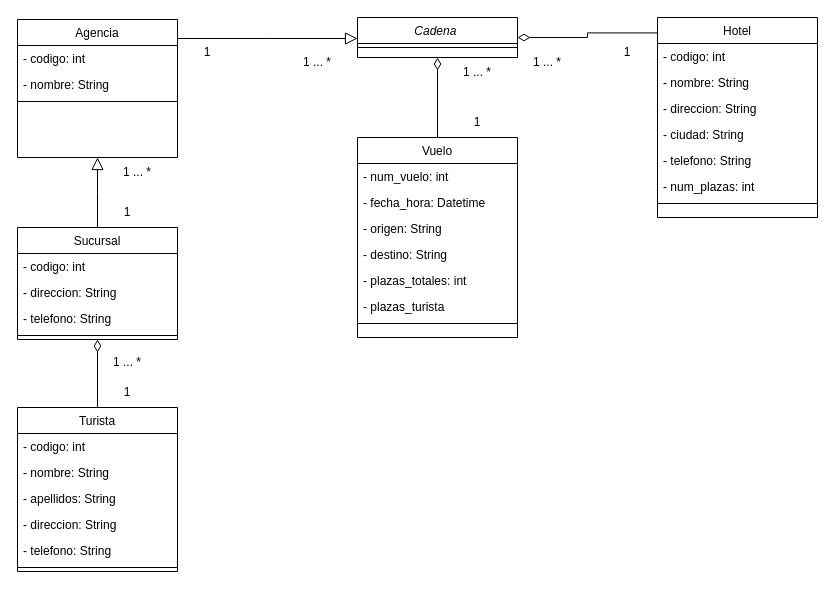
Earlier version of the draw.io diagram Entornos/Tema 05/Agencia de viajes.drawio (vjp-rosangelaRC/Netbeans). Source tidied: cells renumbered, new cells numbered last; positions are measured from the earlier drawing's top-left corner, leaving out a move shared by most shapes. Both pictures are drawn from the tidied source at 100%, with x=0, y=0 at pixel (17, 17).
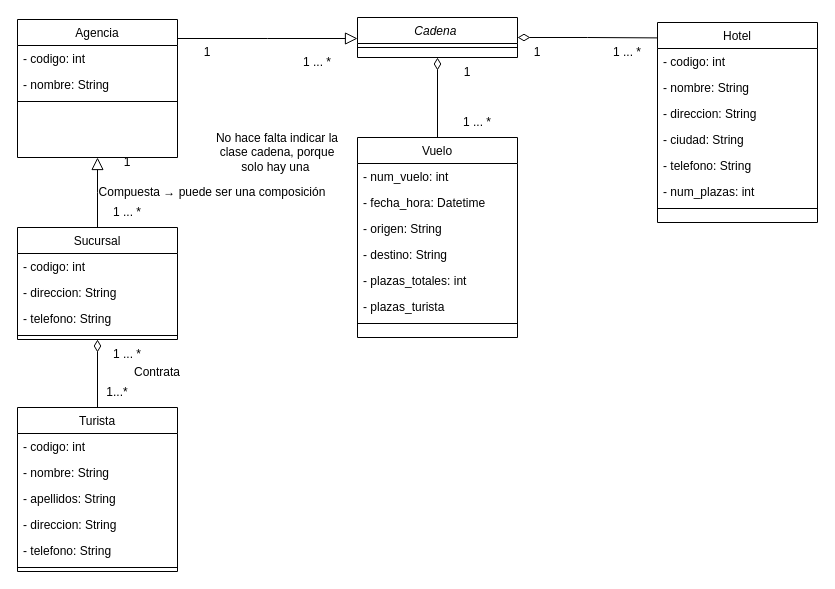
After the change.

The edit, as a diff of the source:
```diff
@@
     <mxCell id="16" value="Hotel" style="swimlane;fontStyle=0;align=center;verticalAlign=top;horizontal=1;startSize=26;rounded=0;shadow=0;strokeWidth=1;" parent="1" vertex="1">
-      <mxGeometry x="640" width="160" height="200" as="geometry" />
+      <mxGeometry x="640" y="5" width="160" height="200" as="geometry" />
     </mxCell>
@@
-    <mxCell id="41" value="1" style="text;html=1;strokeColor=none;fillColor=none;align=center;verticalAlign=middle;whiteSpace=wrap;rounded=0;" parent="1" vertex="1">
-      <mxGeometry x="80" y="360" width="60" height="30" as="geometry" />
+    <mxCell id="41" value="1...*" style="text;html=1;strokeColor=none;fillColor=none;align=center;verticalAlign=middle;whiteSpace=wrap;rounded=0;" parent="1" vertex="1">
+      <mxGeometry x="70" y="360" width="60" height="30" as="geometry" />
     </mxCell>
     <mxCell id="42" value="1 ... *" style="text;html=1;strokeColor=none;fillColor=none;align=center;verticalAlign=middle;whiteSpace=wrap;rounded=0;" parent="1" vertex="1">
-      <mxGeometry x="80" y="330" width="60" height="30" as="geometry" />
+      <mxGeometry x="80" y="322" width="60" height="30" as="geometry" />
     </mxCell>
     <mxCell id="43" value="1" style="text;html=1;strokeColor=none;fillColor=none;align=center;verticalAlign=middle;whiteSpace=wrap;rounded=0;" parent="1" vertex="1">
-      <mxGeometry x="80" y="180" width="60" height="30" as="geometry" />
+      <mxGeometry x="80" y="130" width="60" height="30" as="geometry" />
     </mxCell>
     <mxCell id="44" value="1 ... *" style="text;html=1;strokeColor=none;fillColor=none;align=center;verticalAlign=middle;whiteSpace=wrap;rounded=0;" parent="1" vertex="1">
-      <mxGeometry x="90" y="140" width="60" height="30" as="geometry" />
+      <mxGeometry x="80" y="180" width="60" height="30" as="geometry" />
     </mxCell>
@@
     <mxCell id="47" value="1" style="text;html=1;strokeColor=none;fillColor=none;align=center;verticalAlign=middle;whiteSpace=wrap;rounded=0;" parent="1" vertex="1">
-      <mxGeometry x="430" y="90" width="60" height="30" as="geometry" />
+      <mxGeometry x="420" y="40" width="60" height="30" as="geometry" />
     </mxCell>
     <mxCell id="48" value="1" style="text;html=1;strokeColor=none;fillColor=none;align=center;verticalAlign=middle;whiteSpace=wrap;rounded=0;" parent="1" vertex="1">
-      <mxGeometry x="580" y="20" width="60" height="30" as="geometry" />
+      <mxGeometry x="490" y="20" width="60" height="30" as="geometry" />
     </mxCell>
     <mxCell id="49" value="1 ... *" style="text;html=1;strokeColor=none;fillColor=none;align=center;verticalAlign=middle;whiteSpace=wrap;rounded=0;" parent="1" vertex="1">
-      <mxGeometry x="430" y="40" width="60" height="30" as="geometry" />
+      <mxGeometry x="430" y="90" width="60" height="30" as="geometry" />
     </mxCell>
     <mxCell id="50" value="1 ... *" style="text;html=1;strokeColor=none;fillColor=none;align=center;verticalAlign=middle;whiteSpace=wrap;rounded=0;" parent="1" vertex="1">
-      <mxGeometry x="500" y="30" width="60" height="30" as="geometry" />
+      <mxGeometry x="580" y="20" width="60" height="30" as="geometry" />
     </mxCell>
+    <mxCell id="51" value="No hace falta indicar la clase cadena, porque solo hay una&amp;nbsp;" style="text;html=1;strokeColor=none;fillColor=none;align=center;verticalAlign=middle;whiteSpace=wrap;rounded=0;" parent="1" vertex="1">
+      <mxGeometry x="190" y="80" width="140" height="110" as="geometry" />
+    </mxCell>
+    <mxCell id="52" value="Compuesta → puede ser una composición" style="text;html=1;strokeColor=none;fillColor=none;align=center;verticalAlign=middle;whiteSpace=wrap;rounded=0;" parent="1" vertex="1">
+      <mxGeometry x="80" y="160" width="230" height="30" as="geometry" />
+    </mxCell>
+    <mxCell id="53" value="Contrata" style="text;html=1;strokeColor=none;fillColor=none;align=center;verticalAlign=middle;whiteSpace=wrap;rounded=0;" parent="1" vertex="1">
+      <mxGeometry x="110" y="340" width="60" height="30" as="geometry" />
+    </mxCell>
```
